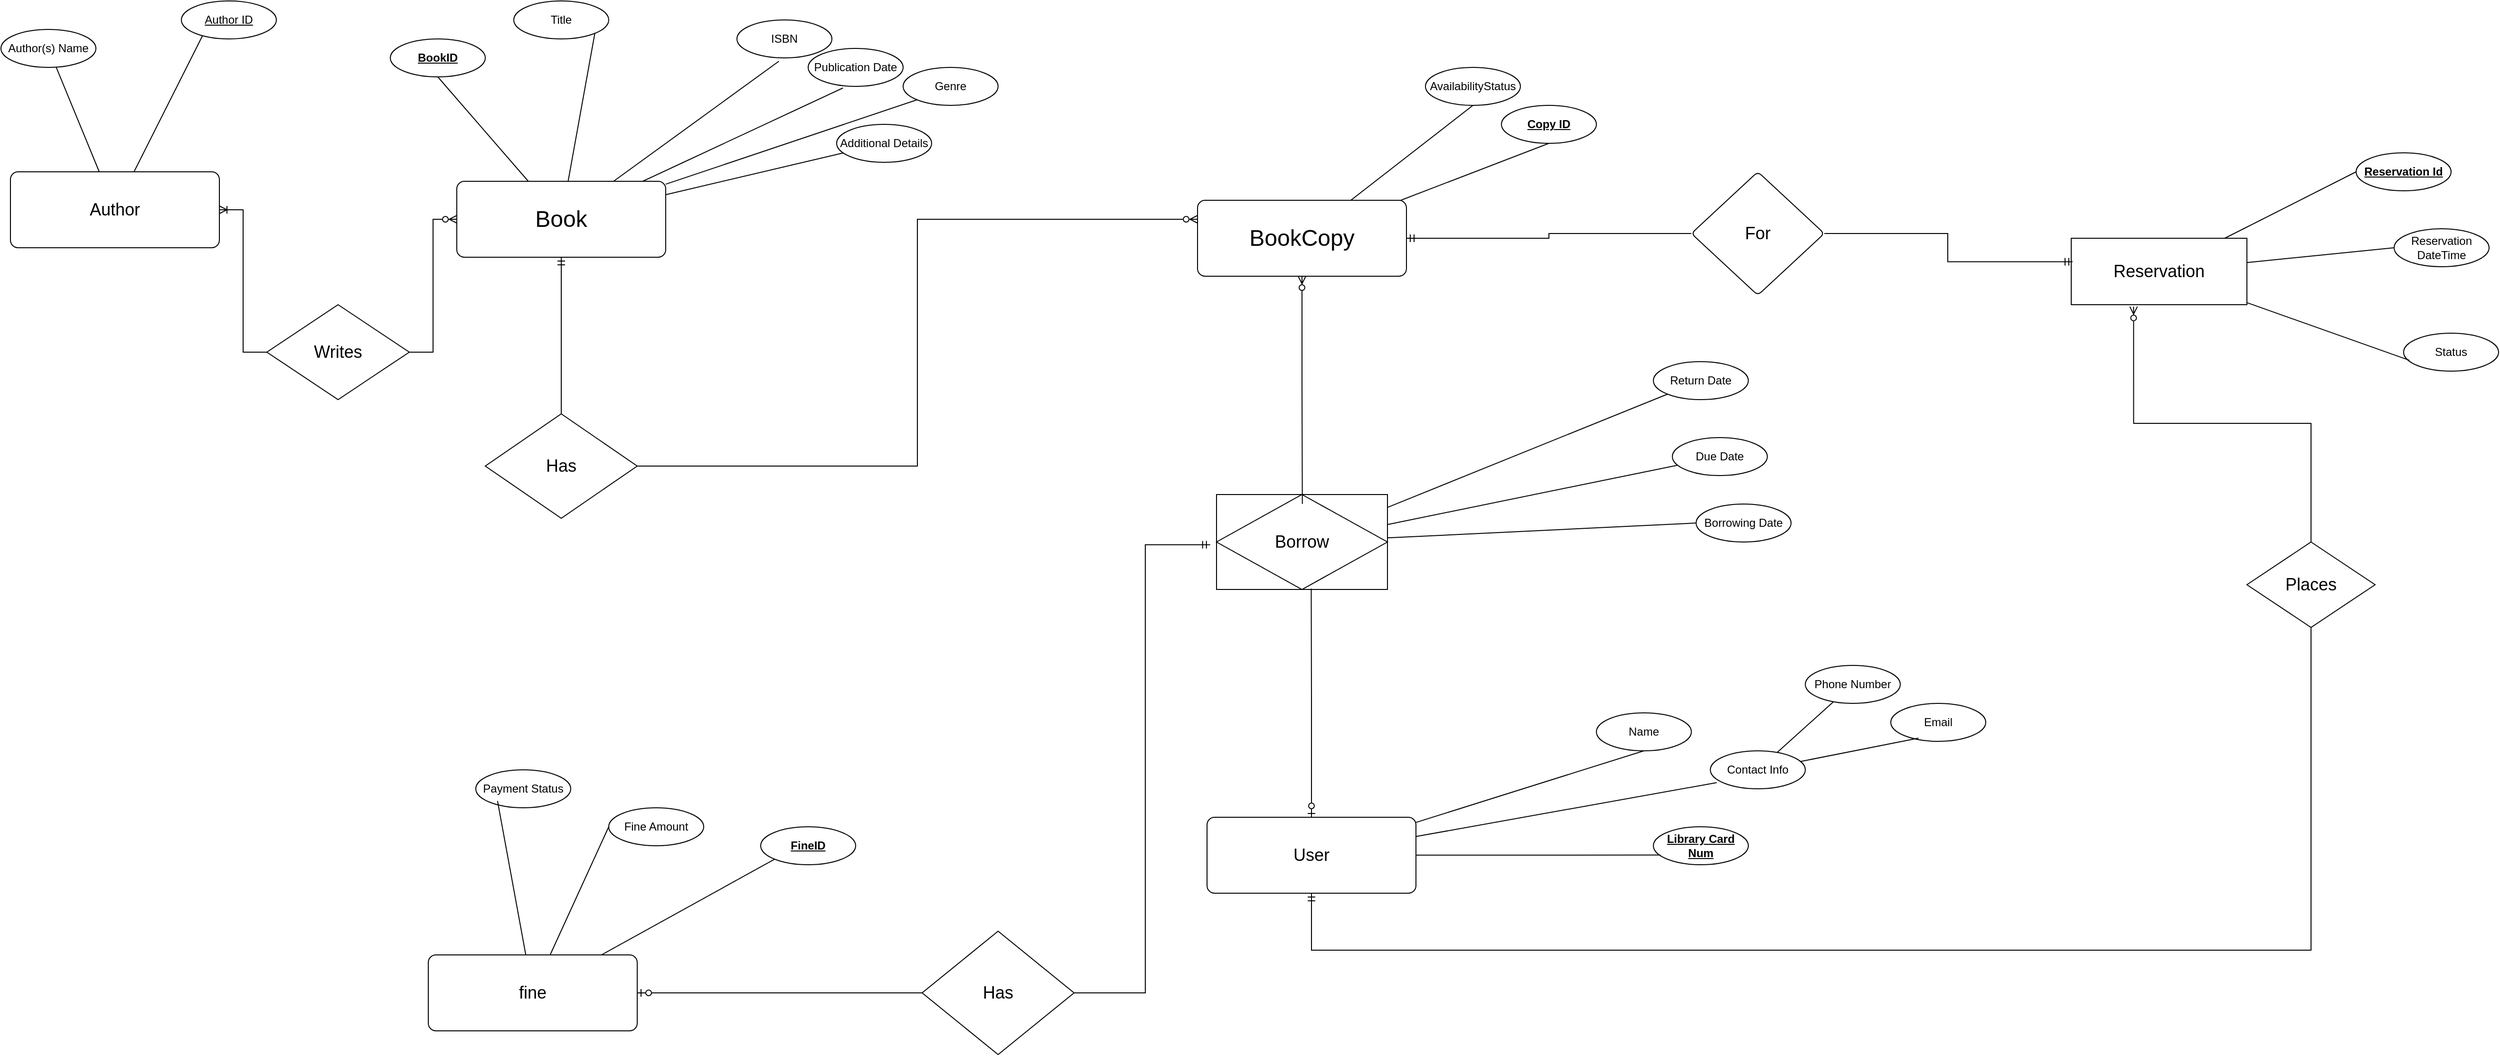
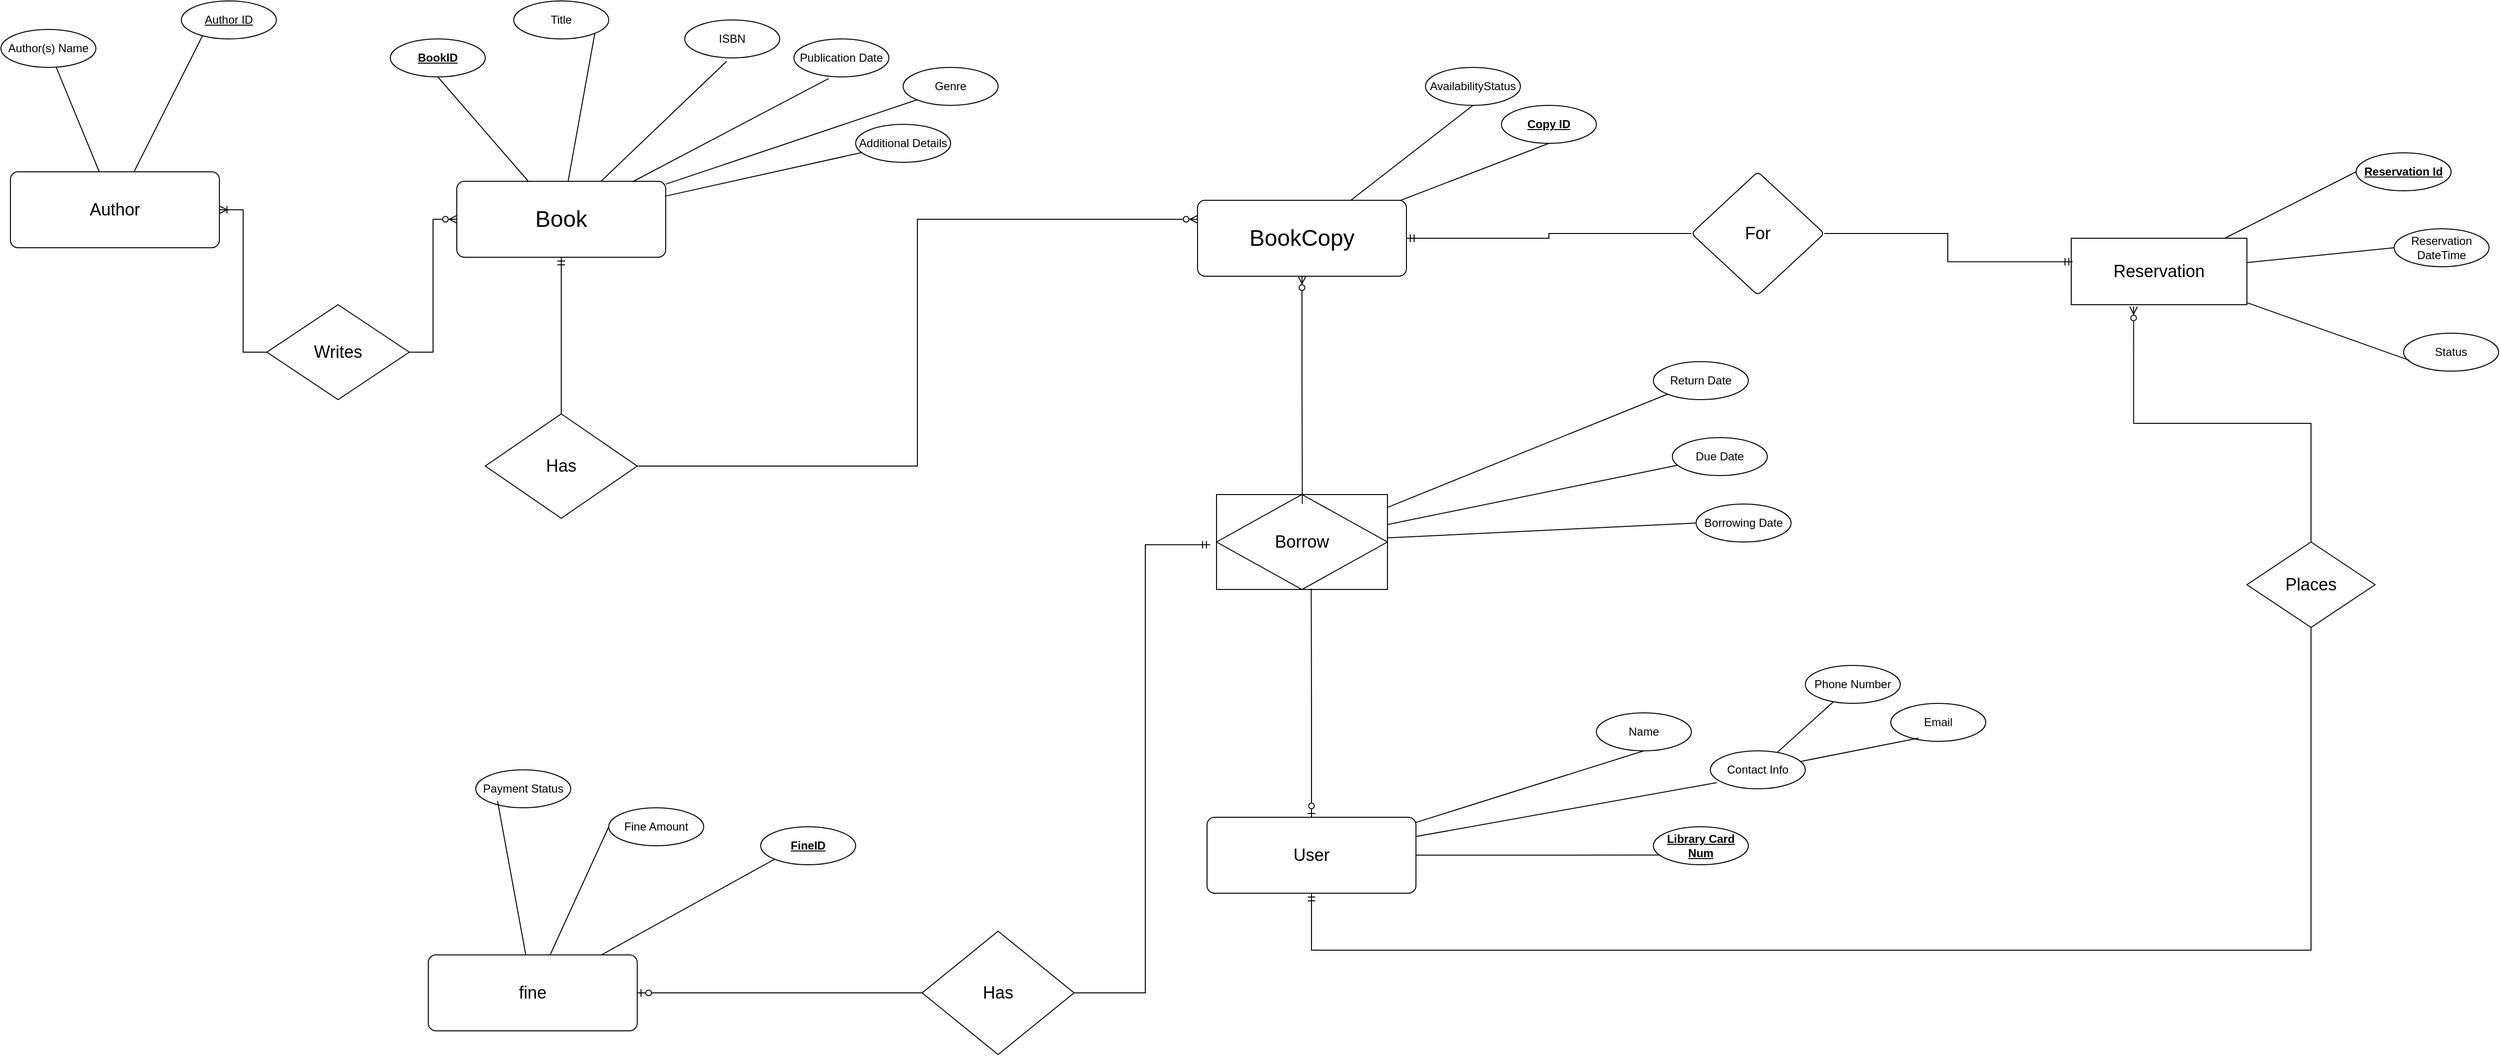
<mxfile host="app.diagrams.net">
  <diagram name="Page-1" id="B9Nwf9ZPLkXmfYra15Gt">
-     <mxGraphModel dx="2298" dy="1789" grid="1" gridSize="10" guides="1" tooltips="1" connect="1" arrows="1" fold="1" page="1" pageScale="1" pageWidth="850" pageHeight="1100" math="0" shadow="0">
+     <mxGraphModel dx="2632" dy="1948" grid="1" gridSize="10" guides="1" tooltips="1" connect="1" arrows="1" fold="1" page="1" pageScale="1" pageWidth="850" pageHeight="1100" math="0" shadow="0">
      <root>
        <mxCell id="0" />
        <mxCell id="1" parent="0" />
        <mxCell id="yqGJgnaFVJ7uCynHO3OM-8" edge="1" parent="1" source="yqGJgnaFVJ7uCynHO3OM-1" style="rounded=0;orthogonalLoop=1;jettySize=auto;html=1;entryX=0.5;entryY=1;entryDx=0;entryDy=0;endArrow=none;endFill=0;" target="yqGJgnaFVJ7uCynHO3OM-7">
          <mxGeometry relative="1" as="geometry" />
        </mxCell>
        <mxCell id="yqGJgnaFVJ7uCynHO3OM-9" edge="1" parent="1" source="yqGJgnaFVJ7uCynHO3OM-1" style="rounded=0;orthogonalLoop=1;jettySize=auto;html=1;entryX=1;entryY=1;entryDx=0;entryDy=0;endArrow=none;endFill=0;" target="yqGJgnaFVJ7uCynHO3OM-6">
          <mxGeometry relative="1" as="geometry" />
        </mxCell>
        <mxCell id="yqGJgnaFVJ7uCynHO3OM-14" edge="1" parent="1" source="yqGJgnaFVJ7uCynHO3OM-1" style="rounded=0;orthogonalLoop=1;jettySize=auto;html=1;entryX=0;entryY=1;entryDx=0;entryDy=0;endArrow=none;endFill=0;" target="yqGJgnaFVJ7uCynHO3OM-5">
          <mxGeometry relative="1" as="geometry" />
        </mxCell>
        <mxCell id="yqGJgnaFVJ7uCynHO3OM-16" edge="1" parent="1" source="yqGJgnaFVJ7uCynHO3OM-1" style="rounded=0;orthogonalLoop=1;jettySize=auto;html=1;endArrow=none;endFill=0;" target="yqGJgnaFVJ7uCynHO3OM-15">
          <mxGeometry relative="1" as="geometry" />
        </mxCell>
        <mxCell id="yqGJgnaFVJ7uCynHO3OM-65" edge="1" parent="1" source="yqGJgnaFVJ7uCynHO3OM-1" style="edgeStyle=orthogonalEdgeStyle;rounded=0;orthogonalLoop=1;jettySize=auto;html=1;startArrow=ERmandOne;startFill=0;endArrow=none;endFill=0;" target="yqGJgnaFVJ7uCynHO3OM-64">
          <mxGeometry relative="1" as="geometry" />
        </mxCell>
        <mxCell id="yqGJgnaFVJ7uCynHO3OM-1" parent="1" style="rounded=1;arcSize=10;whiteSpace=wrap;html=1;align=center;" value="&lt;font style=&quot;font-size: 24px;&quot;&gt;Book&lt;/font&gt;" vertex="1">
          <mxGeometry height="80" width="220" x="-30" y="110" as="geometry" />
        </mxCell>
        <mxCell id="yqGJgnaFVJ7uCynHO3OM-2" parent="1" style="ellipse;whiteSpace=wrap;html=1;align=center;" value="Author(s) Name" vertex="1">
          <mxGeometry height="40" width="100" x="-510" y="-50" as="geometry" />
        </mxCell>
        <mxCell id="yqGJgnaFVJ7uCynHO3OM-3" parent="1" style="ellipse;whiteSpace=wrap;html=1;align=center;" value="ISBN" vertex="1">
-           <mxGeometry height="40" width="100" x="265" y="-60" as="geometry" />
+           <mxGeometry height="40" width="100" x="210" y="-60" as="geometry" />
        </mxCell>
        <mxCell id="yqGJgnaFVJ7uCynHO3OM-4" parent="1" style="ellipse;whiteSpace=wrap;html=1;align=center;" value="Publication Date" vertex="1">
-           <mxGeometry height="40" width="100" x="340" y="-30" as="geometry" />
+           <mxGeometry height="40" width="100" x="325" y="-40" as="geometry" />
        </mxCell>
        <mxCell id="yqGJgnaFVJ7uCynHO3OM-5" parent="1" style="ellipse;whiteSpace=wrap;html=1;align=center;" value="Genre" vertex="1">
          <mxGeometry height="40" width="100" x="440" y="-10" as="geometry" />
        </mxCell>
        <mxCell id="yqGJgnaFVJ7uCynHO3OM-6" parent="1" style="ellipse;whiteSpace=wrap;html=1;align=center;" value="Title" vertex="1">
          <mxGeometry height="40" width="100" x="30" y="-80" as="geometry" />
        </mxCell>
        <mxCell id="yqGJgnaFVJ7uCynHO3OM-7" parent="1" style="ellipse;whiteSpace=wrap;html=1;align=center;" value="&lt;b&gt;&lt;u&gt;BookID&lt;/u&gt;&lt;/b&gt;" vertex="1">
          <mxGeometry height="40" width="100" x="-100" y="-40" as="geometry" />
        </mxCell>
        <mxCell id="yqGJgnaFVJ7uCynHO3OM-12" edge="1" parent="1" source="yqGJgnaFVJ7uCynHO3OM-1" style="rounded=0;orthogonalLoop=1;jettySize=auto;html=1;entryX=0.442;entryY=1.088;entryDx=0;entryDy=0;entryPerimeter=0;endArrow=none;endFill=0;" target="yqGJgnaFVJ7uCynHO3OM-3">
          <mxGeometry relative="1" as="geometry" />
        </mxCell>
        <mxCell id="yqGJgnaFVJ7uCynHO3OM-13" edge="1" parent="1" source="yqGJgnaFVJ7uCynHO3OM-1" style="rounded=0;orthogonalLoop=1;jettySize=auto;html=1;entryX=0.367;entryY=1.041;entryDx=0;entryDy=0;entryPerimeter=0;endArrow=none;endFill=0;" target="yqGJgnaFVJ7uCynHO3OM-4">
          <mxGeometry relative="1" as="geometry" />
        </mxCell>
        <mxCell id="yqGJgnaFVJ7uCynHO3OM-15" parent="1" style="ellipse;whiteSpace=wrap;html=1;align=center;" value="&lt;div&gt;Additional Details&lt;/div&gt;" vertex="1">
-           <mxGeometry height="40" width="100" x="370" y="50" as="geometry" />
+           <mxGeometry height="40" width="100" x="390" y="50" as="geometry" />
        </mxCell>
        <mxCell id="yqGJgnaFVJ7uCynHO3OM-19" edge="1" parent="1" source="yqGJgnaFVJ7uCynHO3OM-17" style="rounded=0;orthogonalLoop=1;jettySize=auto;html=1;entryX=0.5;entryY=1;entryDx=0;entryDy=0;endArrow=none;endFill=0;" target="yqGJgnaFVJ7uCynHO3OM-18">
          <mxGeometry relative="1" as="geometry" />
        </mxCell>
        <mxCell id="yqGJgnaFVJ7uCynHO3OM-21" edge="1" parent="1" source="yqGJgnaFVJ7uCynHO3OM-17" style="rounded=0;orthogonalLoop=1;jettySize=auto;html=1;entryX=0.5;entryY=1;entryDx=0;entryDy=0;endArrow=none;endFill=0;" target="yqGJgnaFVJ7uCynHO3OM-20">
          <mxGeometry relative="1" as="geometry" />
        </mxCell>
        <mxCell id="yqGJgnaFVJ7uCynHO3OM-77" edge="1" parent="1" source="yqGJgnaFVJ7uCynHO3OM-17" style="edgeStyle=orthogonalEdgeStyle;rounded=0;orthogonalLoop=1;jettySize=auto;html=1;endArrow=none;endFill=0;startArrow=ERmandOne;startFill=0;" target="yqGJgnaFVJ7uCynHO3OM-76" value="">
          <mxGeometry relative="1" as="geometry" />
        </mxCell>
        <mxCell id="yqGJgnaFVJ7uCynHO3OM-17" parent="1" style="rounded=1;arcSize=10;whiteSpace=wrap;html=1;align=center;" value="&lt;font style=&quot;font-size: 24px;&quot;&gt;BookCopy&lt;/font&gt;" vertex="1">
          <mxGeometry height="80" width="220" x="750" y="130" as="geometry" />
        </mxCell>
        <mxCell id="yqGJgnaFVJ7uCynHO3OM-18" parent="1" style="ellipse;whiteSpace=wrap;html=1;align=center;" value="&lt;u&gt;&lt;b&gt;Copy ID&lt;/b&gt;&lt;/u&gt;" vertex="1">
          <mxGeometry height="40" width="100" x="1070" y="30" as="geometry" />
        </mxCell>
        <mxCell id="yqGJgnaFVJ7uCynHO3OM-20" parent="1" style="ellipse;whiteSpace=wrap;html=1;align=center;" value="&lt;div&gt;AvailabilityStatus &lt;/div&gt;" vertex="1">
          <mxGeometry height="40" width="100" x="990" y="-10" as="geometry" />
        </mxCell>
        <mxCell id="yqGJgnaFVJ7uCynHO3OM-24" edge="1" parent="1" source="yqGJgnaFVJ7uCynHO3OM-22" style="rounded=0;orthogonalLoop=1;jettySize=auto;html=1;entryX=0.5;entryY=1;entryDx=0;entryDy=0;endArrow=none;endFill=0;" target="yqGJgnaFVJ7uCynHO3OM-23">
          <mxGeometry relative="1" as="geometry" />
        </mxCell>
        <mxCell id="yqGJgnaFVJ7uCynHO3OM-62" edge="1" parent="1" source="yqGJgnaFVJ7uCynHO3OM-33" style="edgeStyle=orthogonalEdgeStyle;rounded=0;orthogonalLoop=1;jettySize=auto;html=1;entryX=1;entryY=0.5;entryDx=0;entryDy=0;endArrow=none;endFill=0;startArrow=ERmandOne;startFill=0;exitX=-0.037;exitY=0.529;exitDx=0;exitDy=0;exitPerimeter=0;" target="yqGJgnaFVJ7uCynHO3OM-61">
          <mxGeometry relative="1" as="geometry" />
        </mxCell>
        <mxCell id="yqGJgnaFVJ7uCynHO3OM-90" edge="1" parent="1" source="yqGJgnaFVJ7uCynHO3OM-22" style="edgeStyle=orthogonalEdgeStyle;rounded=0;orthogonalLoop=1;jettySize=auto;html=1;entryX=0.5;entryY=1;entryDx=0;entryDy=0;endArrow=none;endFill=0;startArrow=ERmandOne;startFill=0;" target="yqGJgnaFVJ7uCynHO3OM-89">
          <mxGeometry relative="1" as="geometry">
            <Array as="points">
              <mxPoint x="870" y="920" />
              <mxPoint x="1922.55" y="920" />
            </Array>
          </mxGeometry>
        </mxCell>
        <mxCell id="yqGJgnaFVJ7uCynHO3OM-22" parent="1" style="rounded=1;arcSize=10;whiteSpace=wrap;html=1;align=center;" value="&lt;font style=&quot;font-size: 18px;&quot;&gt;User&lt;/font&gt;" vertex="1">
          <mxGeometry height="80" width="220" x="760" y="780" as="geometry" />
        </mxCell>
        <mxCell id="yqGJgnaFVJ7uCynHO3OM-23" parent="1" style="ellipse;whiteSpace=wrap;html=1;align=center;" value="Name" vertex="1">
          <mxGeometry height="40" width="100" x="1170" y="670" as="geometry" />
        </mxCell>
        <mxCell id="yqGJgnaFVJ7uCynHO3OM-44" edge="1" parent="1" source="yqGJgnaFVJ7uCynHO3OM-26" style="rounded=0;orthogonalLoop=1;jettySize=auto;html=1;endArrow=none;endFill=0;" target="yqGJgnaFVJ7uCynHO3OM-43" value="">
          <mxGeometry relative="1" as="geometry" />
        </mxCell>
        <mxCell id="yqGJgnaFVJ7uCynHO3OM-26" parent="1" style="ellipse;whiteSpace=wrap;html=1;align=center;" value="Contact Info" vertex="1">
          <mxGeometry height="40" width="100" x="1290" y="710" as="geometry" />
        </mxCell>
        <mxCell id="yqGJgnaFVJ7uCynHO3OM-29" edge="1" parent="1" source="yqGJgnaFVJ7uCynHO3OM-22" style="rounded=0;orthogonalLoop=1;jettySize=auto;html=1;entryX=0.067;entryY=0.838;entryDx=0;entryDy=0;entryPerimeter=0;endArrow=none;endFill=0;" target="yqGJgnaFVJ7uCynHO3OM-26">
          <mxGeometry relative="1" as="geometry" />
        </mxCell>
        <mxCell id="yqGJgnaFVJ7uCynHO3OM-30" parent="1" style="ellipse;whiteSpace=wrap;html=1;align=center;" value="&lt;u&gt;&lt;b&gt;Library Card Num&lt;/b&gt;&lt;/u&gt;" vertex="1">
          <mxGeometry height="40" width="100" x="1230" y="790" as="geometry" />
        </mxCell>
        <mxCell id="yqGJgnaFVJ7uCynHO3OM-31" edge="1" parent="1" source="yqGJgnaFVJ7uCynHO3OM-22" style="rounded=0;orthogonalLoop=1;jettySize=auto;html=1;entryX=0.073;entryY=0.744;entryDx=0;entryDy=0;entryPerimeter=0;endArrow=none;endFill=0;" target="yqGJgnaFVJ7uCynHO3OM-30">
          <mxGeometry relative="1" as="geometry" />
        </mxCell>
        <mxCell id="yqGJgnaFVJ7uCynHO3OM-48" edge="1" parent="1" source="yqGJgnaFVJ7uCynHO3OM-33" style="rounded=0;orthogonalLoop=1;jettySize=auto;html=1;endArrow=none;endFill=0;" target="yqGJgnaFVJ7uCynHO3OM-40">
          <mxGeometry relative="1" as="geometry" />
        </mxCell>
        <mxCell id="yqGJgnaFVJ7uCynHO3OM-49" edge="1" parent="1" source="yqGJgnaFVJ7uCynHO3OM-33" style="rounded=0;orthogonalLoop=1;jettySize=auto;html=1;endArrow=none;endFill=0;" target="yqGJgnaFVJ7uCynHO3OM-36">
          <mxGeometry relative="1" as="geometry" />
        </mxCell>
        <mxCell id="yqGJgnaFVJ7uCynHO3OM-33" parent="1" style="shape=associativeEntity;whiteSpace=wrap;html=1;align=center;" value="&lt;font style=&quot;font-size: 18px;&quot;&gt;Borrow&lt;/font&gt;" vertex="1">
          <mxGeometry height="100" width="180" x="770" y="440" as="geometry" />
        </mxCell>
        <mxCell id="yqGJgnaFVJ7uCynHO3OM-36" parent="1" style="ellipse;whiteSpace=wrap;html=1;align=center;" value="Return Date" vertex="1">
          <mxGeometry height="40" width="100" x="1230" y="300" as="geometry" />
        </mxCell>
        <mxCell id="yqGJgnaFVJ7uCynHO3OM-39" parent="1" style="ellipse;whiteSpace=wrap;html=1;align=center;" value="Borrowing Date" vertex="1">
          <mxGeometry height="40" width="100" x="1275" y="450" as="geometry" />
        </mxCell>
        <mxCell id="yqGJgnaFVJ7uCynHO3OM-40" parent="1" style="ellipse;whiteSpace=wrap;html=1;align=center;" value="Due Date" vertex="1">
          <mxGeometry height="40" width="100" x="1250" y="380" as="geometry" />
        </mxCell>
        <mxCell id="yqGJgnaFVJ7uCynHO3OM-43" parent="1" style="ellipse;whiteSpace=wrap;html=1;align=center;" value="Phone Number" vertex="1">
          <mxGeometry height="40" width="100" x="1390" y="620" as="geometry" />
        </mxCell>
        <mxCell id="yqGJgnaFVJ7uCynHO3OM-45" parent="1" style="ellipse;whiteSpace=wrap;html=1;align=center;" value="Email" vertex="1">
          <mxGeometry height="40" width="100" x="1480" y="660" as="geometry" />
        </mxCell>
        <mxCell id="yqGJgnaFVJ7uCynHO3OM-46" edge="1" parent="1" source="yqGJgnaFVJ7uCynHO3OM-26" style="rounded=0;orthogonalLoop=1;jettySize=auto;html=1;entryX=0.292;entryY=0.916;entryDx=0;entryDy=0;entryPerimeter=0;endArrow=none;endFill=0;" target="yqGJgnaFVJ7uCynHO3OM-45">
          <mxGeometry relative="1" as="geometry" />
        </mxCell>
        <mxCell id="yqGJgnaFVJ7uCynHO3OM-47" edge="1" parent="1" source="yqGJgnaFVJ7uCynHO3OM-33" style="rounded=0;orthogonalLoop=1;jettySize=auto;html=1;entryX=0;entryY=0.5;entryDx=0;entryDy=0;endArrow=none;endFill=0;" target="yqGJgnaFVJ7uCynHO3OM-39">
          <mxGeometry relative="1" as="geometry" />
        </mxCell>
        <mxCell id="yqGJgnaFVJ7uCynHO3OM-54" edge="1" parent="1" source="yqGJgnaFVJ7uCynHO3OM-50" style="rounded=0;orthogonalLoop=1;jettySize=auto;html=1;entryX=0;entryY=0.5;entryDx=0;entryDy=0;endArrow=none;endFill=0;" target="yqGJgnaFVJ7uCynHO3OM-53">
          <mxGeometry relative="1" as="geometry" />
        </mxCell>
        <mxCell id="yqGJgnaFVJ7uCynHO3OM-87" edge="1" parent="1" source="yqGJgnaFVJ7uCynHO3OM-50" style="rounded=0;orthogonalLoop=1;jettySize=auto;html=1;entryX=0;entryY=1;entryDx=0;entryDy=0;endArrow=none;endFill=0;" target="yqGJgnaFVJ7uCynHO3OM-86">
          <mxGeometry relative="1" as="geometry" />
        </mxCell>
        <mxCell id="yqGJgnaFVJ7uCynHO3OM-50" parent="1" style="rounded=1;arcSize=10;whiteSpace=wrap;html=1;align=center;" value="&lt;font style=&quot;font-size: 18px;&quot;&gt;fine&lt;/font&gt;" vertex="1">
          <mxGeometry height="80" width="220" x="-60" y="925" as="geometry" />
        </mxCell>
        <mxCell id="yqGJgnaFVJ7uCynHO3OM-51" parent="1" style="ellipse;whiteSpace=wrap;html=1;align=center;" value="Payment Status" vertex="1">
          <mxGeometry height="40" width="100" x="-10" y="730" as="geometry" />
        </mxCell>
        <mxCell id="yqGJgnaFVJ7uCynHO3OM-52" edge="1" parent="1" source="yqGJgnaFVJ7uCynHO3OM-50" style="rounded=0;orthogonalLoop=1;jettySize=auto;html=1;entryX=0.229;entryY=0.822;entryDx=0;entryDy=0;entryPerimeter=0;endArrow=none;endFill=0;" target="yqGJgnaFVJ7uCynHO3OM-51">
          <mxGeometry relative="1" as="geometry" />
        </mxCell>
        <mxCell id="yqGJgnaFVJ7uCynHO3OM-53" parent="1" style="ellipse;whiteSpace=wrap;html=1;align=center;" value="Fine Amount" vertex="1">
          <mxGeometry height="40" width="100" x="130" y="770" as="geometry" />
        </mxCell>
        <mxCell id="yqGJgnaFVJ7uCynHO3OM-57" edge="1" parent="1" source="yqGJgnaFVJ7uCynHO3OM-22" style="edgeStyle=orthogonalEdgeStyle;rounded=0;orthogonalLoop=1;jettySize=auto;html=1;entryX=0.554;entryY=0.991;entryDx=0;entryDy=0;entryPerimeter=0;endArrow=none;endFill=0;startArrow=ERzeroToOne;startFill=0;" target="yqGJgnaFVJ7uCynHO3OM-33">
          <mxGeometry relative="1" as="geometry" />
        </mxCell>
        <mxCell id="yqGJgnaFVJ7uCynHO3OM-59" edge="1" parent="1" source="yqGJgnaFVJ7uCynHO3OM-17" style="edgeStyle=orthogonalEdgeStyle;rounded=0;orthogonalLoop=1;jettySize=auto;html=1;entryX=0.502;entryY=0.099;entryDx=0;entryDy=0;entryPerimeter=0;endArrow=none;endFill=0;startArrow=ERzeroToMany;startFill=0;" target="yqGJgnaFVJ7uCynHO3OM-33">
          <mxGeometry relative="1" as="geometry" />
        </mxCell>
        <mxCell id="yqGJgnaFVJ7uCynHO3OM-63" edge="1" parent="1" source="yqGJgnaFVJ7uCynHO3OM-61" style="edgeStyle=orthogonalEdgeStyle;rounded=0;orthogonalLoop=1;jettySize=auto;html=1;entryX=1;entryY=0.5;entryDx=0;entryDy=0;endArrow=ERzeroToOne;endFill=0;startArrow=none;startFill=0;" target="yqGJgnaFVJ7uCynHO3OM-50">
          <mxGeometry relative="1" as="geometry" />
        </mxCell>
        <mxCell id="yqGJgnaFVJ7uCynHO3OM-61" parent="1" style="shape=rhombus;perimeter=rhombusPerimeter;whiteSpace=wrap;html=1;align=center;" value="&lt;font style=&quot;font-size: 18px;&quot;&gt;Has&lt;/font&gt;" vertex="1">
          <mxGeometry height="130" width="160" x="460" y="900" as="geometry" />
        </mxCell>
        <mxCell id="yqGJgnaFVJ7uCynHO3OM-66" edge="1" parent="1" source="yqGJgnaFVJ7uCynHO3OM-64" style="edgeStyle=orthogonalEdgeStyle;rounded=0;orthogonalLoop=1;jettySize=auto;html=1;entryX=0;entryY=0.25;entryDx=0;entryDy=0;endArrow=ERzeroToMany;endFill=0;" target="yqGJgnaFVJ7uCynHO3OM-17">
          <mxGeometry relative="1" as="geometry" />
        </mxCell>
        <mxCell id="yqGJgnaFVJ7uCynHO3OM-64" parent="1" style="shape=rhombus;perimeter=rhombusPerimeter;whiteSpace=wrap;html=1;align=center;" value="&lt;font style=&quot;font-size: 18px;&quot;&gt;Has&lt;/font&gt;" vertex="1">
          <mxGeometry height="110" width="160" y="355" as="geometry" />
        </mxCell>
        <mxCell id="yqGJgnaFVJ7uCynHO3OM-70" edge="1" parent="1" source="yqGJgnaFVJ7uCynHO3OM-68" style="rounded=0;orthogonalLoop=1;jettySize=auto;html=1;entryX=0;entryY=0.5;entryDx=0;entryDy=0;endArrow=none;endFill=0;" target="yqGJgnaFVJ7uCynHO3OM-69">
          <mxGeometry relative="1" as="geometry" />
        </mxCell>
        <mxCell id="yqGJgnaFVJ7uCynHO3OM-68" parent="1" style="whiteSpace=wrap;html=1;" value="&lt;font style=&quot;font-size: 18px;&quot;&gt;Reservation&lt;/font&gt;" vertex="1">
          <mxGeometry height="70" width="185" x="1670" y="170" as="geometry" />
        </mxCell>
        <mxCell id="yqGJgnaFVJ7uCynHO3OM-69" parent="1" style="ellipse;whiteSpace=wrap;html=1;align=center;" value="&lt;b&gt;&lt;u&gt;Reservation Id&lt;/u&gt;&lt;/b&gt;" vertex="1">
          <mxGeometry height="40" width="100" x="1970" y="80" as="geometry" />
        </mxCell>
        <mxCell id="yqGJgnaFVJ7uCynHO3OM-71" parent="1" style="ellipse;whiteSpace=wrap;html=1;align=center;" value="Reservation DateTime" vertex="1">
          <mxGeometry height="40" width="100" x="2010" y="160" as="geometry" />
        </mxCell>
        <mxCell id="yqGJgnaFVJ7uCynHO3OM-72" edge="1" parent="1" source="yqGJgnaFVJ7uCynHO3OM-68" style="rounded=0;orthogonalLoop=1;jettySize=auto;html=1;entryX=0;entryY=0.5;entryDx=0;entryDy=0;endArrow=none;endFill=0;" target="yqGJgnaFVJ7uCynHO3OM-71">
          <mxGeometry relative="1" as="geometry" />
        </mxCell>
        <mxCell id="yqGJgnaFVJ7uCynHO3OM-74" parent="1" style="ellipse;whiteSpace=wrap;html=1;align=center;" value="Status" vertex="1">
          <mxGeometry height="40" width="100" x="2020" y="270" as="geometry" />
        </mxCell>
        <mxCell id="yqGJgnaFVJ7uCynHO3OM-75" edge="1" parent="1" source="yqGJgnaFVJ7uCynHO3OM-68" style="rounded=0;orthogonalLoop=1;jettySize=auto;html=1;entryX=0.061;entryY=0.714;entryDx=0;entryDy=0;entryPerimeter=0;endArrow=none;endFill=0;" target="yqGJgnaFVJ7uCynHO3OM-74">
          <mxGeometry relative="1" as="geometry" />
        </mxCell>
        <mxCell id="yqGJgnaFVJ7uCynHO3OM-76" parent="1" style="rhombus;whiteSpace=wrap;html=1;rounded=1;arcSize=10;" value="&lt;font style=&quot;font-size: 18px;&quot;&gt;For&lt;/font&gt;" vertex="1">
          <mxGeometry height="130" width="140" x="1270" y="100" as="geometry" />
        </mxCell>
        <mxCell id="yqGJgnaFVJ7uCynHO3OM-78" edge="1" parent="1" source="yqGJgnaFVJ7uCynHO3OM-76" style="edgeStyle=orthogonalEdgeStyle;rounded=0;orthogonalLoop=1;jettySize=auto;html=1;entryX=0.008;entryY=0.353;entryDx=0;entryDy=0;entryPerimeter=0;endArrow=ERmandOne;endFill=0;" target="yqGJgnaFVJ7uCynHO3OM-68">
          <mxGeometry relative="1" as="geometry" />
        </mxCell>
        <mxCell id="yqGJgnaFVJ7uCynHO3OM-80" edge="1" parent="1" source="yqGJgnaFVJ7uCynHO3OM-79" style="rounded=0;orthogonalLoop=1;jettySize=auto;html=1;endArrow=none;endFill=0;" target="yqGJgnaFVJ7uCynHO3OM-2">
          <mxGeometry relative="1" as="geometry" />
        </mxCell>
        <mxCell id="yqGJgnaFVJ7uCynHO3OM-84" edge="1" parent="1" source="yqGJgnaFVJ7uCynHO3OM-79" style="edgeStyle=orthogonalEdgeStyle;rounded=0;orthogonalLoop=1;jettySize=auto;html=1;entryX=0;entryY=0.5;entryDx=0;entryDy=0;endArrow=none;endFill=0;startArrow=ERoneToMany;startFill=0;" target="yqGJgnaFVJ7uCynHO3OM-83">
          <mxGeometry relative="1" as="geometry" />
        </mxCell>
        <mxCell id="yqGJgnaFVJ7uCynHO3OM-79" parent="1" style="rounded=1;arcSize=10;whiteSpace=wrap;html=1;align=center;" value="&lt;font style=&quot;font-size: 18px;&quot;&gt;Author&lt;/font&gt;" vertex="1">
          <mxGeometry height="80" width="220" x="-500" y="100" as="geometry" />
        </mxCell>
        <mxCell id="yqGJgnaFVJ7uCynHO3OM-81" parent="1" style="ellipse;whiteSpace=wrap;html=1;align=center;" value="&lt;u&gt;Author ID&lt;/u&gt;" vertex="1">
          <mxGeometry height="40" width="100" x="-320" y="-80" as="geometry" />
        </mxCell>
        <mxCell id="yqGJgnaFVJ7uCynHO3OM-82" edge="1" parent="1" source="yqGJgnaFVJ7uCynHO3OM-79" style="rounded=0;orthogonalLoop=1;jettySize=auto;html=1;entryX=0.222;entryY=0.918;entryDx=0;entryDy=0;entryPerimeter=0;endArrow=none;endFill=0;" target="yqGJgnaFVJ7uCynHO3OM-81">
          <mxGeometry relative="1" as="geometry" />
        </mxCell>
        <mxCell id="yqGJgnaFVJ7uCynHO3OM-85" edge="1" parent="1" source="yqGJgnaFVJ7uCynHO3OM-83" style="edgeStyle=orthogonalEdgeStyle;rounded=0;orthogonalLoop=1;jettySize=auto;html=1;entryX=0;entryY=0.5;entryDx=0;entryDy=0;endArrow=ERzeroToMany;endFill=0;" target="yqGJgnaFVJ7uCynHO3OM-1">
          <mxGeometry relative="1" as="geometry" />
        </mxCell>
        <mxCell id="yqGJgnaFVJ7uCynHO3OM-83" parent="1" style="shape=rhombus;perimeter=rhombusPerimeter;whiteSpace=wrap;html=1;align=center;" value="&lt;font style=&quot;font-size: 18px;&quot;&gt;Writes&lt;/font&gt;" vertex="1">
          <mxGeometry height="100" width="150" x="-230" y="240" as="geometry" />
        </mxCell>
        <mxCell id="yqGJgnaFVJ7uCynHO3OM-86" parent="1" style="ellipse;whiteSpace=wrap;html=1;align=center;" value="&lt;b&gt;&lt;u&gt;FineID&lt;/u&gt;&lt;/b&gt;" vertex="1">
          <mxGeometry height="40" width="100" x="290" y="790" as="geometry" />
        </mxCell>
        <mxCell id="yqGJgnaFVJ7uCynHO3OM-89" parent="1" style="shape=rhombus;perimeter=rhombusPerimeter;whiteSpace=wrap;html=1;align=center;" value="&lt;font style=&quot;font-size: 18px;&quot;&gt;Places&lt;/font&gt;" vertex="1">
          <mxGeometry height="90" width="135" x="1855" y="490" as="geometry" />
        </mxCell>
        <mxCell id="yqGJgnaFVJ7uCynHO3OM-91" edge="1" parent="1" source="yqGJgnaFVJ7uCynHO3OM-89" style="edgeStyle=orthogonalEdgeStyle;rounded=0;orthogonalLoop=1;jettySize=auto;html=1;entryX=0.355;entryY=1.028;entryDx=0;entryDy=0;entryPerimeter=0;endArrow=ERzeroToMany;endFill=0;startArrow=none;startFill=0;" target="yqGJgnaFVJ7uCynHO3OM-68">
          <mxGeometry relative="1" as="geometry" />
        </mxCell>
      </root>
    </mxGraphModel>
  </diagram>
</mxfile>
